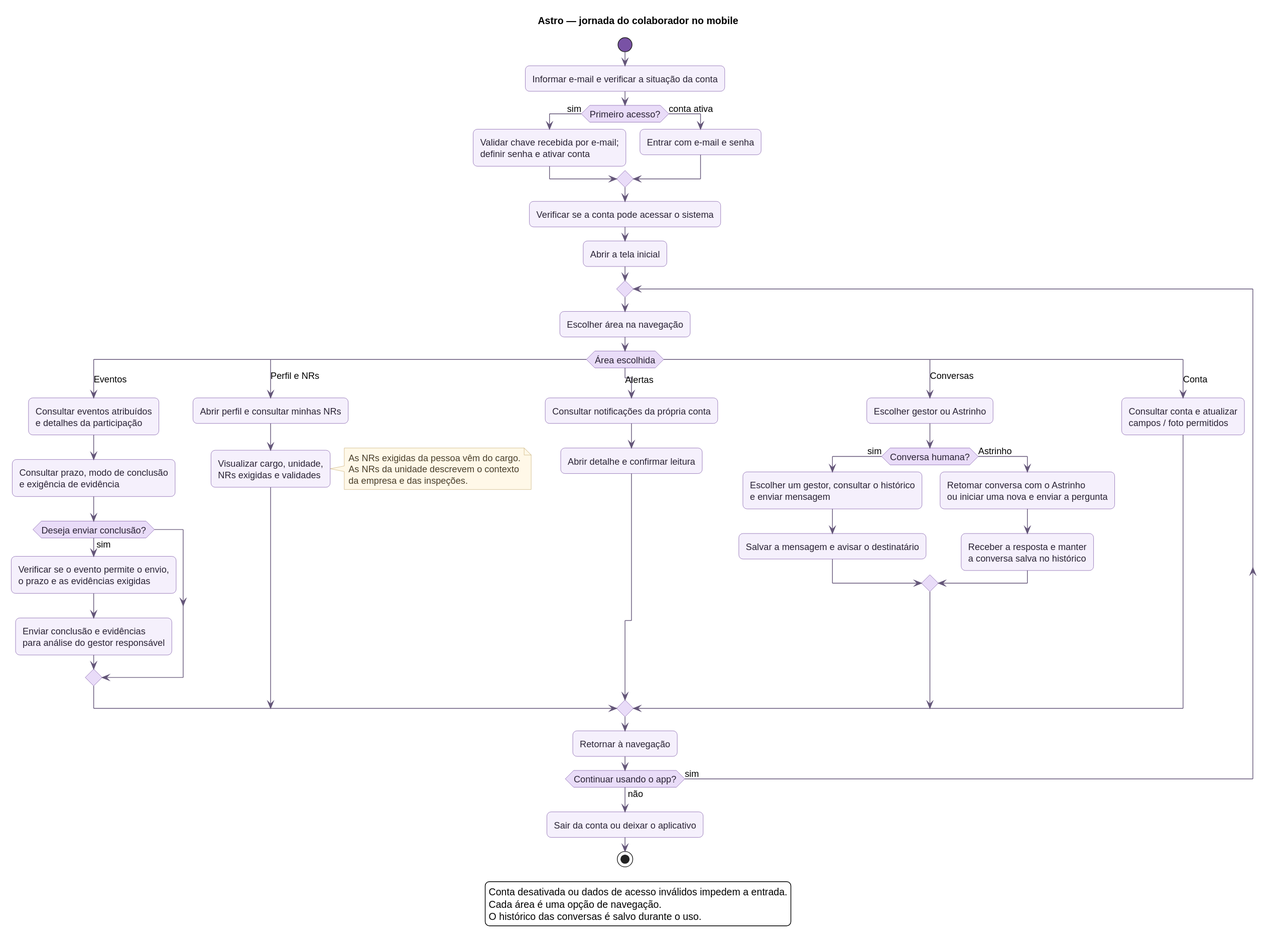
Above: diagrams/rendered/fluxo_funcionario.svg in Astro-Inter/astro-eqs-diagrams (PlantUML), before the change.
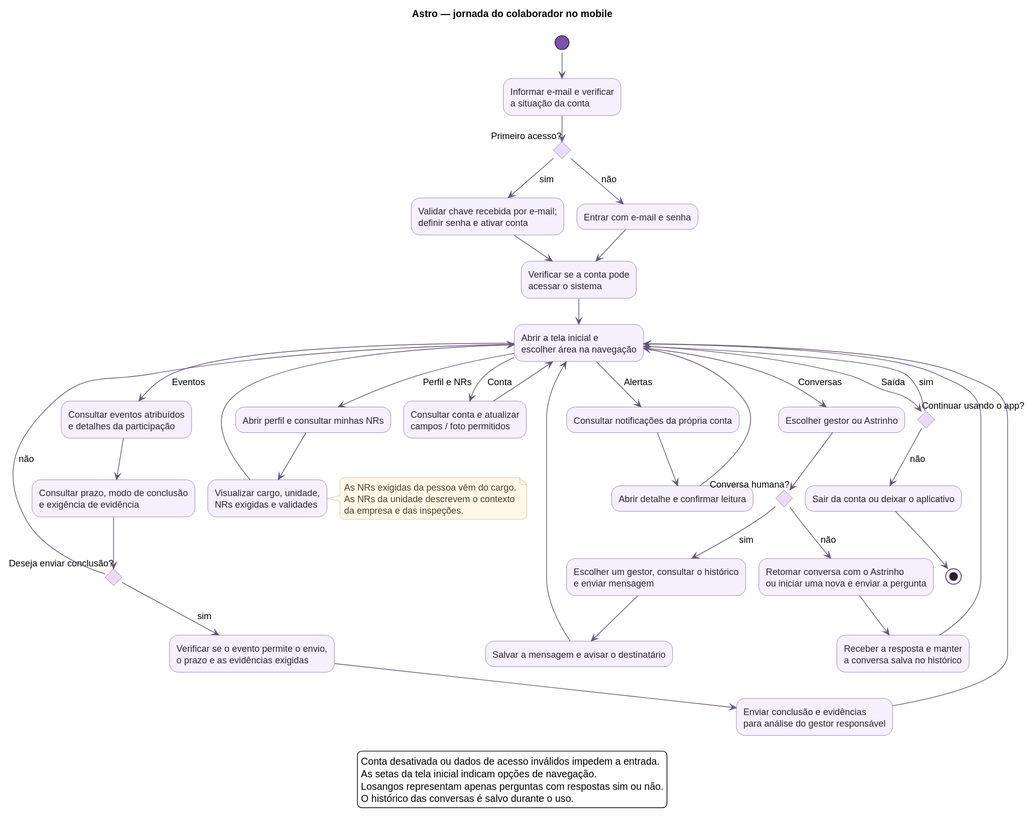
Above is the later version.

Commit message:
docs(SCRUM-558): reservar losangos para decisoes de sim ou nao

What changed in the source:
```diff
@@ -2,55 +2,65 @@
 !pragma layout smetana
 !include estilo.iuml
 title Astro — jornada do colaborador no mobile
-start
-:Informar e-mail e verificar a situação da conta;
-if (Primeiro acesso?) then (sim)
-  :Validar chave recebida por e-mail;\ndefinir senha e ativar conta;
-else (conta ativa)
-  :Entrar com e-mail e senha;
+
+(*) --> "Informar e-mail e verificar\na situação da conta" as identificar
+--> if "Primeiro acesso?" then
+  -->[sim] "Validar chave recebida por e-mail;\ndefinir senha e ativar conta" as ativar
+  --> "Verificar se a conta pode\nacessar o sistema" as verificar_acesso
+else
+  -->[não] "Entrar com e-mail e senha" as entrar
+  --> verificar_acesso
 endif
-:Verificar se a conta pode acessar o sistema;
-:Abrir a tela inicial;
-repeat
-  :Escolher área na navegação;
-  switch (Área escolhida)
-  case (Eventos)
-    :Consultar eventos atribuídos\ne detalhes da participação;
-    :Consultar prazo, modo de conclusão\ne exigência de evidência;
-    if (Deseja enviar conclusão?) then (sim)
-      :Verificar se o evento permite o envio,\no prazo e as evidências exigidas;
-      :Enviar conclusão e evidências\npara análise do gestor responsável;
-    endif
-  case (Perfil e NRs)
-    :Abrir perfil e consultar minhas NRs;
-    :Visualizar cargo, unidade,\nNRs exigidas e validades;
-    note right
-      As NRs exigidas da pessoa vêm do cargo.
-      As NRs da unidade descrevem o contexto
-      da empresa e das inspeções.
-    end note
-  case (Alertas)
-    :Consultar notificações da própria conta;
-    :Abrir detalhe e confirmar leitura;
-  case (Conversas)
-    :Escolher gestor ou Astrinho;
-    if (Conversa humana?) then (sim)
-      :Escolher um gestor, consultar o histórico\ne enviar mensagem;
-      :Salvar a mensagem e avisar o destinatário;
-    else (Astrinho)
-      :Retomar conversa com o Astrinho\nou iniciar uma nova e enviar a pergunta;
-      :Receber a resposta e manter\na conversa salva no histórico;
-    endif
-  case (Conta)
-    :Consultar conta e atualizar\ncampos / foto permitidos;
-  endswitch
-  :Retornar à navegação;
-repeat while (Continuar usando o app?) is (sim) not (não)
-:Sair da conta ou deixar o aplicativo;
-stop
+verificar_acesso --> "Abrir a tela inicial e\nescolher área na navegação" as menu
+
+menu -->[Eventos] "Consultar eventos atribuídos\ne detalhes da participação" as eventos
+--> "Consultar prazo, modo de conclusão\ne exigência de evidência" as detalhes_evento
+--> if "Deseja enviar conclusão?" then
+  -->[sim] "Verificar se o evento permite o envio,\no prazo e as evidências exigidas" as verificar_envio
+  --> "Enviar conclusão e evidências\npara análise do gestor responsável" as enviar_conclusao
+  --> menu
+else
+  -->[não] menu
+endif
+
+menu -->[Perfil e NRs] "Abrir perfil e consultar minhas NRs" as perfil
+--> "Visualizar cargo, unidade,\nNRs exigidas e validades" as nrs
+note right
+  As NRs exigidas da pessoa vêm do cargo.
+  As NRs da unidade descrevem o contexto
+  da empresa e das inspeções.
+end note
+nrs --> menu
+
+menu -->[Alertas] "Consultar notificações da própria conta" as alertas
+--> "Abrir detalhe e confirmar leitura" as ler_alerta
+--> menu
+
+menu -->[Conversas] "Escolher gestor ou Astrinho" as conversas
+--> if "Conversa humana?" then
+  -->[sim] "Escolher um gestor, consultar o histórico\ne enviar mensagem" as mensagem_humana
+  --> "Salvar a mensagem e avisar o destinatário" as salvar_mensagem
+  --> menu
+else
+  -->[não] "Retomar conversa com o Astrinho\nou iniciar uma nova e enviar a pergunta" as pergunta
+  --> "Receber a resposta e manter\na conversa salva no histórico" as resposta
+  --> menu
+endif
+
+menu -->[Conta] "Consultar conta e atualizar\ncampos / foto permitidos" as conta
+--> menu
+
+menu -->[Saída] if "Continuar usando o app?" then
+  -->[sim] menu
+else
+  -->[não] "Sair da conta ou deixar o aplicativo" as sair
+  --> (*)
+endif
+
 legend bottom
   Conta desativada ou dados de acesso inválidos impedem a entrada.
-  Cada área é uma opção de navegação.
+  As setas da tela inicial indicam opções de navegação.
+  Losangos representam apenas perguntas com respostas sim ou não.
   O histórico das conversas é salvo durante o uso.
 endlegend
 @enduml
```
